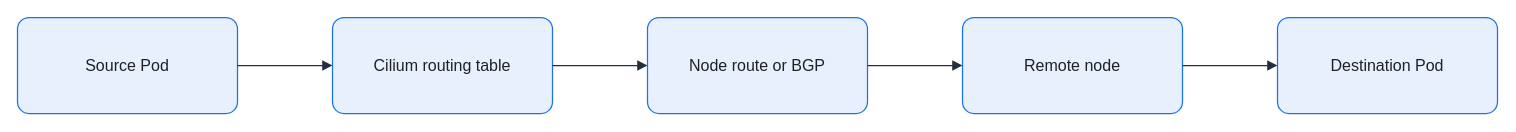
The draw.io diagram assets/img/kubernetes/cilium-native-routing-flow.drawio in KKamJi98/kkamji98.github.io, before the edit. Source tidied: cells renumbered, new cells numbered last; positions are measured from the earlier drawing's top-left corner, leaving out a move shared by most shapes. Both pictures are drawn from the tidied source at 100%, with x=0, y=0 at pixel (17, 17).
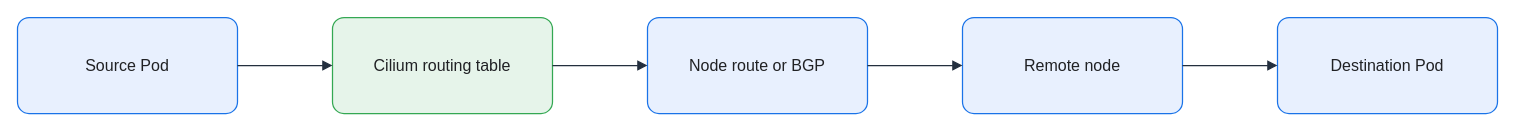
The same page after the edit.

What changed in the source:
```diff
@@
 <mxGraphModel background="#FFFFFF">
   <root>
     <mxCell id="0" />
     <mxCell id="1" parent="0" />
     <mxCell id="2" value="Source Pod" style="rounded=1;arcSize=12;whiteSpace=wrap;html=0;fillColor=#E8F0FE;strokeColor=#1A73E8;strokeWidth=1.25;fontColor=#202124;fontSize=16;align=center;verticalAlign=middle;spacing=8;shadow=0;" parent="1" vertex="1">
       <mxGeometry width="220" height="96" as="geometry" />
     </mxCell>
-    <mxCell id="3" value="Cilium routing table" style="rounded=1;arcSize=12;whiteSpace=wrap;html=0;fillColor=#E8F0FE;strokeColor=#1A73E8;strokeWidth=1.25;fontColor=#202124;fontSize=16;align=center;verticalAlign=middle;spacing=8;shadow=0;" parent="1" vertex="1">
+    <mxCell id="3" value="Cilium routing table" style="rounded=1;arcSize=12;whiteSpace=wrap;html=0;fillColor=#E6F4EA;strokeColor=#34A853;strokeWidth=1.25;fontColor=#202124;fontSize=16;align=center;verticalAlign=middle;spacing=8;shadow=0;" parent="1" vertex="1">
       <mxGeometry x="315" width="220" height="96" as="geometry" />
     </mxCell>
     <mxCell id="4" value="Node route or BGP" style="rounded=1;arcSize=12;whiteSpace=wrap;html=0;fillColor=#E8F0FE;strokeColor=#1A73E8;strokeWidth=1.25;fontColor=#202124;fontSize=16;align=center;verticalAlign=middle;spacing=8;shadow=0;" parent="1" vertex="1">
       <mxGeometry x="630" width="220" height="96" as="geometry" />
     </mxCell>
     <mxCell id="5" value="Remote node" style="rounded=1;arcSize=12;whiteSpace=wrap;html=0;fillColor=#E8F0FE;strokeColor=#1A73E8;strokeWidth=1.25;fontColor=#202124;fontSize=16;align=center;verticalAlign=middle;spacing=8;shadow=0;" parent="1" vertex="1">
       <mxGeometry x="945" width="220" height="96" as="geometry" />
     </mxCell>
     <mxCell id="6" value="Destination Pod" style="rounded=1;arcSize=12;whiteSpace=wrap;html=0;fillColor=#E8F0FE;strokeColor=#1A73E8;strokeWidth=1.25;fontColor=#202124;fontSize=16;align=center;verticalAlign=middle;spacing=8;shadow=0;" parent="1" vertex="1">
       <mxGeometry x="1260" width="220" height="96" as="geometry" />
     </mxCell>
     <mxCell id="7" style="edgeStyle=orthogonalEdgeStyle;rounded=0;jettySize=auto;html=0;endArrow=block;endFill=1;strokeColor=#232F3E;strokeWidth=1.25;fontColor=#202124;labelBackgroundColor=none;exitX=1;exitY=0.5;exitDx=0;exitDy=0;entryX=0;entryY=0.5;entryDx=0;entryDy=0;endSize=7;" parent="1" edge="1" source="2" target="3">
       <mxGeometry relative="1" as="geometry" />
     </mxCell>
     <mxCell id="8" style="edgeStyle=orthogonalEdgeStyle;rounded=0;jettySize=auto;html=0;endArrow=block;endFill=1;strokeColor=#232F3E;strokeWidth=1.25;fontColor=#202124;labelBackgroundColor=none;exitX=1;exitY=0.5;exitDx=0;exitDy=0;entryX=0;entryY=0.5;entryDx=0;entryDy=0;endSize=7;" parent="1" edge="1" source="3" target="4">
       <mxGeometry relative="1" as="geometry" />
     </mxCell>
     <mxCell id="9" style="edgeStyle=orthogonalEdgeStyle;rounded=0;jettySize=auto;html=0;endArrow=block;endFill=1;strokeColor=#232F3E;strokeWidth=1.25;fontColor=#202124;labelBackgroundColor=none;exitX=1;exitY=0.5;exitDx=0;exitDy=0;entryX=0;entryY=0.5;entryDx=0;entryDy=0;endSize=7;" parent="1" edge="1" source="4" target="5">
       <mxGeometry relative="1" as="geometry" />
     </mxCell>
     <mxCell id="10" style="edgeStyle=orthogonalEdgeStyle;rounded=0;jettySize=auto;html=0;endArrow=block;endFill=1;strokeColor=#232F3E;strokeWidth=1.25;fontColor=#202124;labelBackgroundColor=none;exitX=1;exitY=0.5;exitDx=0;exitDy=0;entryX=0;entryY=0.5;entryDx=0;entryDy=0;endSize=7;" parent="1" edge="1" source="5" target="6">
       <mxGeometry relative="1" as="geometry" />
     </mxCell>
   </root>
 </mxGraphModel>
```
